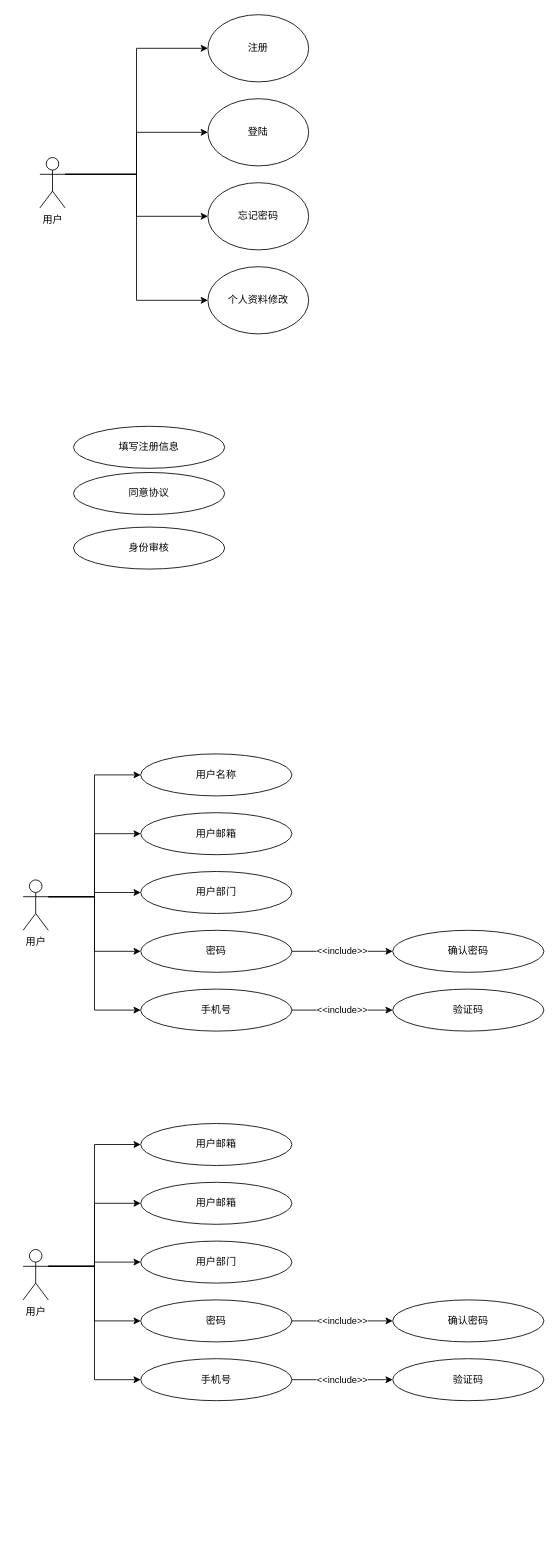
Above: 用户服务.drawio in fengyouliang/drawio (draw.io), before the change. Source tidied: cells renumbered, new cells numbered last; positions are measured from the earlier drawing's top-left corner, leaving out a move shared by most shapes. Both pictures are drawn from the tidied source at 84%, with x=0, y=0 at pixel (23, 14).
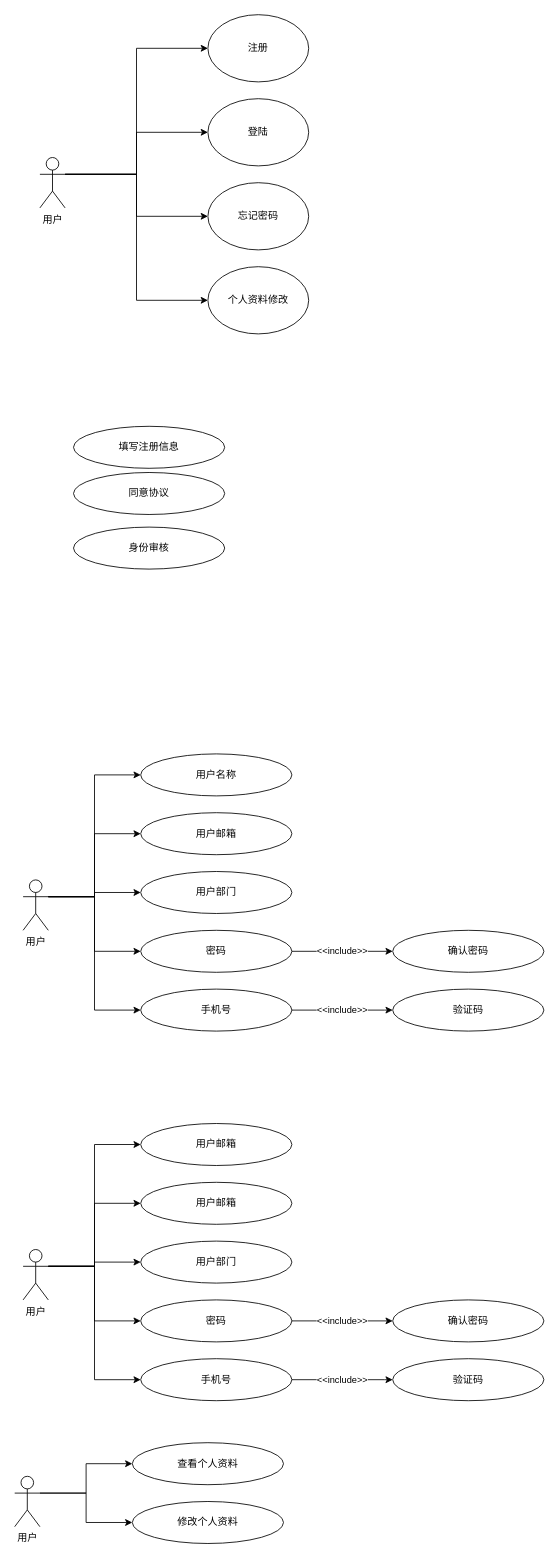
After the change.

Commit message:
Update 用户服务.drawio: 个人资料

The edit, as a diff of the source:
```diff
@@
+    <mxCell id="44" style="edgeStyle=orthogonalEdgeStyle;rounded=0;jettySize=auto;html=1;exitX=1;exitY=0.3333333333333333;exitDx=0;exitDy=0;exitPerimeter=0;entryX=0;entryY=0.5;entryDx=0;entryDy=0;" parent="1" edge="1" source="46" target="47">
+      <mxGeometry relative="1" as="geometry" />
+    </mxCell>
+    <mxCell id="45" style="edgeStyle=orthogonalEdgeStyle;rounded=0;jettySize=auto;html=1;exitX=1;exitY=0.3333333333333333;exitDx=0;exitDy=0;exitPerimeter=0;entryX=0;entryY=0.5;entryDx=0;entryDy=0;" parent="1" edge="1" source="46" target="48">
+      <mxGeometry relative="1" as="geometry" />
+    </mxCell>
+    <mxCell id="46" value="用户" style="shape=umlActor;verticalLabelPosition=bottom;verticalAlign=top;html=1;outlineConnect=0;" parent="1" vertex="1">
+      <mxGeometry x="-10" y="1740" width="30" height="60" as="geometry" />
+    </mxCell>
+    <mxCell id="47" value="查看个人资料" style="ellipse;whiteSpace=wrap;html=1;" parent="1" vertex="1">
+      <mxGeometry x="130" y="1700" width="180" height="50" as="geometry" />
+    </mxCell>
+    <mxCell id="48" value="修改个人资料" style="ellipse;whiteSpace=wrap;html=1;" parent="1" vertex="1">
+      <mxGeometry x="130" y="1770" width="180" height="50" as="geometry" />
+    </mxCell>
```
